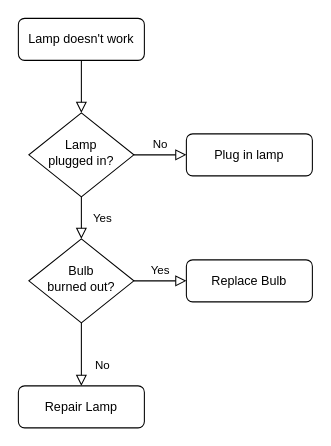
Before: _3_Dossier_de_travail/Untitled Diagram.drawio in Nauorac/UNamur_Q2_ProgProject, a draw.io diagram. Source tidied: cells renumbered, new cells numbered last; positions are measured from the earlier drawing's top-left corner, leaving out a move shared by most shapes. Both pictures are drawn from the tidied source at 105%, with x=0, y=0 at pixel (18, 18).
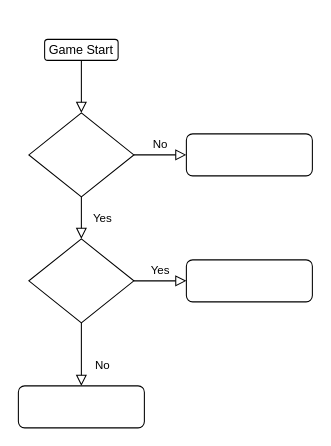
After the change.

What changed in the source:
```diff
@@
 <mxGraphModel>
   <root>
     <mxCell id="0" />
     <mxCell id="1" parent="0" />
     <mxCell id="2" style="rounded=0;html=1;jettySize=auto;fontSize=11;endArrow=block;endFill=0;endSize=8;strokeWidth=1;shadow=0;labelBackgroundColor=none;edgeStyle=orthogonalEdgeStyle;" parent="1" edge="1" source="3" target="6">
       <mxGeometry relative="1" as="geometry" />
     </mxCell>
-    <mxCell id="3" value="Lamp doesn't work" style="rounded=1;whiteSpace=wrap;html=1;fontSize=12;glass=0;strokeWidth=1;shadow=0;" parent="1" vertex="1">
-      <mxGeometry width="120" height="40" as="geometry" />
+    <mxCell id="3" value="Game Start" style="rounded=1;whiteSpace=wrap;html=1;fontSize=12;glass=0;strokeWidth=1;shadow=0;" parent="1" vertex="1">
+      <mxGeometry x="25" y="20" width="70" height="20" as="geometry" />
     </mxCell>
     <mxCell id="4" value="Yes" style="rounded=0;html=1;jettySize=auto;fontSize=11;endArrow=block;endFill=0;endSize=8;strokeWidth=1;shadow=0;labelBackgroundColor=none;edgeStyle=orthogonalEdgeStyle;" parent="1" edge="1" source="6" target="10">
       <mxGeometry y="20" relative="1" as="geometry" />
     </mxCell>
     <mxCell id="5" value="No" style="edgeStyle=orthogonalEdgeStyle;rounded=0;html=1;jettySize=auto;fontSize=11;endArrow=block;endFill=0;endSize=8;strokeWidth=1;shadow=0;labelBackgroundColor=none;" parent="1" edge="1" source="6" target="7">
       <mxGeometry y="10" relative="1" as="geometry" />
     </mxCell>
-    <mxCell id="6" value="Lamp&lt;br&gt;plugged in?" style="rhombus;whiteSpace=wrap;html=1;shadow=0;fontFamily=Helvetica;fontSize=12;align=center;strokeWidth=1;spacing=6;spacingTop=-4;" parent="1" vertex="1">
+    <mxCell id="6" style="rhombus;whiteSpace=wrap;html=1;shadow=0;fontFamily=Helvetica;fontSize=12;align=center;strokeWidth=1;spacing=6;spacingTop=-4;" parent="1" vertex="1">
       <mxGeometry x="10" y="90" width="100" height="80" as="geometry" />
     </mxCell>
-    <mxCell id="7" value="Plug in lamp" style="rounded=1;whiteSpace=wrap;html=1;fontSize=12;glass=0;strokeWidth=1;shadow=0;" parent="1" vertex="1">
+    <mxCell id="7" style="rounded=1;whiteSpace=wrap;html=1;fontSize=12;glass=0;strokeWidth=1;shadow=0;" parent="1" vertex="1">
       <mxGeometry x="160" y="110" width="120" height="40" as="geometry" />
     </mxCell>
     <mxCell id="8" value="No" style="rounded=0;html=1;jettySize=auto;fontSize=11;endArrow=block;endFill=0;endSize=8;strokeWidth=1;shadow=0;labelBackgroundColor=none;edgeStyle=orthogonalEdgeStyle;" parent="1" edge="1" source="10" target="11">
       <mxGeometry x="0.33" y="20" relative="1" as="geometry" />
     </mxCell>
     <mxCell id="9" value="Yes" style="edgeStyle=orthogonalEdgeStyle;rounded=0;html=1;jettySize=auto;fontSize=11;endArrow=block;endFill=0;endSize=8;strokeWidth=1;shadow=0;labelBackgroundColor=none;" parent="1" edge="1" source="10" target="12">
       <mxGeometry y="10" relative="1" as="geometry" />
     </mxCell>
-    <mxCell id="10" value="Bulb&lt;br&gt;burned out?" style="rhombus;whiteSpace=wrap;html=1;shadow=0;fontFamily=Helvetica;fontSize=12;align=center;strokeWidth=1;spacing=6;spacingTop=-4;" parent="1" vertex="1">
+    <mxCell id="10" style="rhombus;whiteSpace=wrap;html=1;shadow=0;fontFamily=Helvetica;fontSize=12;align=center;strokeWidth=1;spacing=6;spacingTop=-4;" parent="1" vertex="1">
       <mxGeometry x="10" y="210" width="100" height="80" as="geometry" />
     </mxCell>
-    <mxCell id="11" value="Repair Lamp" style="rounded=1;whiteSpace=wrap;html=1;fontSize=12;glass=0;strokeWidth=1;shadow=0;" parent="1" vertex="1">
+    <mxCell id="11" style="rounded=1;whiteSpace=wrap;html=1;fontSize=12;glass=0;strokeWidth=1;shadow=0;" parent="1" vertex="1">
       <mxGeometry y="350" width="120" height="40" as="geometry" />
     </mxCell>
-    <mxCell id="12" value="Replace Bulb" style="rounded=1;whiteSpace=wrap;html=1;fontSize=12;glass=0;strokeWidth=1;shadow=0;" parent="1" vertex="1">
+    <mxCell id="12" style="rounded=1;whiteSpace=wrap;html=1;fontSize=12;glass=0;strokeWidth=1;shadow=0;" parent="1" vertex="1">
       <mxGeometry x="160" y="230" width="120" height="40" as="geometry" />
     </mxCell>
   </root>
 </mxGraphModel>
```
